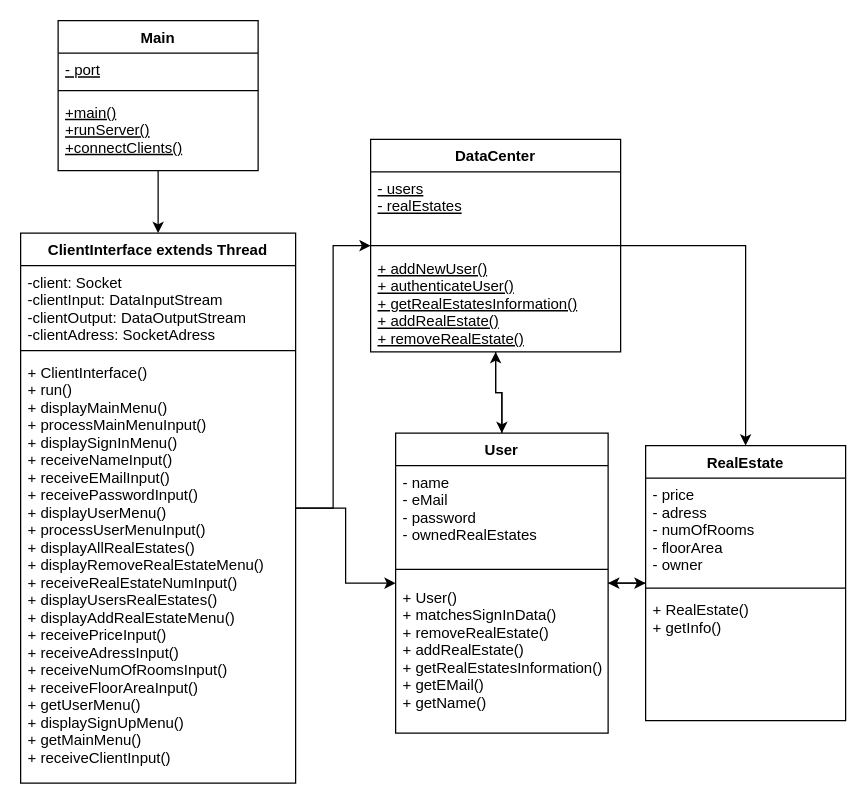
Earlier version of the draw.io diagram EntwurfsdiagrammServer.drawio (FabioKron/Online-Immobilienportal). Source tidied: cells renumbered, new cells numbered last; positions are measured from the earlier drawing's top-left corner, leaving out a move shared by most shapes. Both pictures are drawn from the tidied source at 125%, with x=0, y=0 at pixel (20, 20).
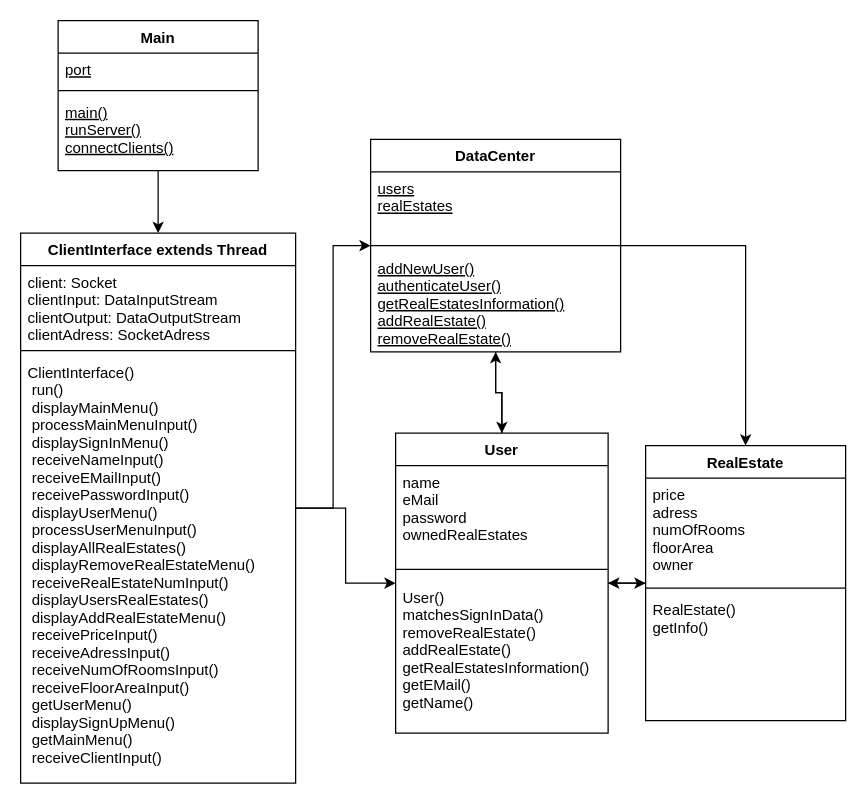
After the change.

Commit message (it also covers changes not shown here):
Entfernen der ZUgriffsmodifikatoren in den Entwurfsdiagrammen da die Zugriffsmodifikatoren nur in den Klassendiagrammen benötigt werden

The change refers to these unchanged cells:
```xml
<mxCell id="3" value="Main" style="swimlane;fontStyle=1;align=center;verticalAlign=top;horizontal=1;startSize=26;" parent="1" vertex="1">
  <mxGeometry x="30" width="160" height="120" as="geometry" />
</mxCell>
<mxCell id="9" value="ClientInterface extends Thread" style="swimlane;fontStyle=1;align=center;verticalAlign=top;horizontal=1;startSize=26;" parent="1" vertex="1">
  <mxGeometry y="170" width="220" height="440" as="geometry" />
</mxCell>
<mxCell id="15" value="User" style="swimlane;fontStyle=1;align=center;verticalAlign=top;horizontal=1;startSize=26;" parent="1" vertex="1">
  <mxGeometry x="300" y="330" width="170" height="240" as="geometry" />
</mxCell>
<mxCell id="21" value="DataCenter" style="swimlane;fontStyle=1;align=center;verticalAlign=top;horizontal=1;startSize=26;" parent="1" vertex="1">
  <mxGeometry x="280" y="95" width="200" height="170" as="geometry" />
</mxCell>
<mxCell id="26" value="RealEstate" style="swimlane;fontStyle=1;align=center;verticalAlign=top;horizontal=1;startSize=26;" parent="1" vertex="1">
  <mxGeometry x="500" y="340" width="160" height="220" as="geometry" />
</mxCell>
```

Diff of the diagram source:
```diff
@@
-    <mxCell id="4" value="- port" style="text;strokeColor=none;fillColor=none;align=left;verticalAlign=top;spacingLeft=4;spacingRight=4;overflow=hidden;fontStyle=4;" parent="3" vertex="1">
+    <mxCell id="4" value="port" style="text;strokeColor=none;fillColor=none;align=left;verticalAlign=top;spacingLeft=4;spacingRight=4;overflow=hidden;fontStyle=4;" parent="3" vertex="1">
       <mxGeometry y="26" width="160" height="26" as="geometry" />
     </mxCell>
@@
-    <mxCell id="6" value="+main()&#10;+runServer()&#10;+connectClients()&#10;" style="text;strokeColor=none;fillColor=none;align=left;verticalAlign=top;spacingLeft=4;spacingRight=4;overflow=hidden;fontStyle=4;" parent="3" vertex="1">
+    <mxCell id="6" value="main()&#10;runServer()&#10;connectClients()&#10;" style="text;strokeColor=none;fillColor=none;align=left;verticalAlign=top;spacingLeft=4;spacingRight=4;overflow=hidden;fontStyle=4;" parent="3" vertex="1">
       <mxGeometry y="60" width="160" height="60" as="geometry" />
     </mxCell>
@@
-    <mxCell id="10" value="-client: Socket&#10;-clientInput: DataInputStream&#10;-clientOutput: DataOutputStream&#10;-clientAdress: SocketAdress&#10;" style="text;strokeColor=none;fillColor=none;align=left;verticalAlign=top;spacingLeft=4;spacingRight=4;overflow=hidden;" parent="9" vertex="1">
+    <mxCell id="10" value="client: Socket&#10;clientInput: DataInputStream&#10;clientOutput: DataOutputStream&#10;clientAdress: SocketAdress&#10;" style="text;strokeColor=none;fillColor=none;align=left;verticalAlign=top;spacingLeft=4;spacingRight=4;overflow=hidden;" parent="9" vertex="1">
       <mxGeometry y="26" width="220" height="64" as="geometry" />
     </mxCell>
@@
-    <mxCell id="12" value="+ ClientInterface()&#10;+ run()&#10;+ displayMainMenu()&#10;+ processMainMenuInput()&#10;+ displaySignInMenu()&#10;+ receiveNameInput()&#10;+ receiveEMailInput()&#10;+ receivePasswordInput()&#10;+ displayUserMenu()&#10;+ processUserMenuInput()&#10;+ displayAllRealEstates()&#10;+ displayRemoveRealEstateMenu()&#10;+ receiveRealEstateNumInput()&#10;+ displayUsersRealEstates()&#10;+ displayAddRealEstateMenu()&#10;+ receivePriceInput()&#10;+ receiveAdressInput()&#10;+ receiveNumOfRoomsInput()&#10;+ receiveFloorAreaInput()&#10;+ getUserMenu()&#10;+ displaySignUpMenu()&#10;+ getMainMenu()&#10;+ receiveClientInput()&#10;" style="text;strokeColor=none;fillColor=none;align=left;verticalAlign=top;spacingLeft=4;spacingRight=4;overflow=hidden;" parent="9" vertex="1">
+    <mxCell id="12" value="ClientInterface()&#10; run()&#10; displayMainMenu()&#10; processMainMenuInput()&#10; displaySignInMenu()&#10; receiveNameInput()&#10; receiveEMailInput()&#10; receivePasswordInput()&#10; displayUserMenu()&#10; processUserMenuInput()&#10; displayAllRealEstates()&#10; displayRemoveRealEstateMenu()&#10; receiveRealEstateNumInput()&#10; displayUsersRealEstates()&#10; displayAddRealEstateMenu()&#10; receivePriceInput()&#10; receiveAdressInput()&#10; receiveNumOfRoomsInput()&#10; receiveFloorAreaInput()&#10; getUserMenu()&#10; displaySignUpMenu()&#10; getMainMenu()&#10; receiveClientInput()&#10;" style="text;strokeColor=none;fillColor=none;align=left;verticalAlign=top;spacingLeft=4;spacingRight=4;overflow=hidden;" parent="9" vertex="1">
       <mxGeometry y="98" width="220" height="342" as="geometry" />
     </mxCell>
@@
-    <mxCell id="16" value="- name&#10;- eMail&#10;- password&#10;- ownedRealEstates&#10;" style="text;strokeColor=none;fillColor=none;align=left;verticalAlign=top;spacingLeft=4;spacingRight=4;overflow=hidden;" parent="15" vertex="1">
+    <mxCell id="16" value="name&#10;eMail&#10;password&#10;ownedRealEstates&#10;" style="text;strokeColor=none;fillColor=none;align=left;verticalAlign=top;spacingLeft=4;spacingRight=4;overflow=hidden;" parent="15" vertex="1">
       <mxGeometry y="26" width="170" height="74" as="geometry" />
     </mxCell>
@@
-    <mxCell id="18" value="+ User()&#10;+ matchesSignInData()&#10;+ removeRealEstate()&#10;+ addRealEstate()&#10;+ getRealEstatesInformation()&#10;+ getEMail()&#10;+ getName()" style="text;strokeColor=none;fillColor=none;align=left;verticalAlign=top;spacingLeft=4;spacingRight=4;overflow=hidden;" parent="15" vertex="1">
+    <mxCell id="18" value="User()&#10;matchesSignInData()&#10;removeRealEstate()&#10;addRealEstate()&#10;getRealEstatesInformation()&#10;getEMail()&#10;getName()" style="text;strokeColor=none;fillColor=none;align=left;verticalAlign=top;spacingLeft=4;spacingRight=4;overflow=hidden;" parent="15" vertex="1">
       <mxGeometry y="118" width="170" height="122" as="geometry" />
     </mxCell>
@@
-    <mxCell id="22" value="- users&#10;- realEstates" style="text;strokeColor=none;fillColor=none;align=left;verticalAlign=top;spacingLeft=4;spacingRight=4;overflow=hidden;fontStyle=4;" parent="21" vertex="1">
+    <mxCell id="22" value="users&#10;realEstates" style="text;strokeColor=none;fillColor=none;align=left;verticalAlign=top;spacingLeft=4;spacingRight=4;overflow=hidden;fontStyle=4;" parent="21" vertex="1">
       <mxGeometry y="26" width="200" height="54" as="geometry" />
     </mxCell>
@@
-    <mxCell id="24" value="+ addNewUser()&#10;+ authenticateUser()&#10;+ getRealEstatesInformation()&#10;+ addRealEstate()&#10;+ removeRealEstate()" style="text;strokeColor=none;fillColor=none;align=left;verticalAlign=top;spacingLeft=4;spacingRight=4;overflow=hidden;fontStyle=4;" parent="21" vertex="1">
+    <mxCell id="24" value="addNewUser()&#10;authenticateUser()&#10;getRealEstatesInformation()&#10;addRealEstate()&#10;removeRealEstate()" style="text;strokeColor=none;fillColor=none;align=left;verticalAlign=top;spacingLeft=4;spacingRight=4;overflow=hidden;fontStyle=4;" parent="21" vertex="1">
       <mxGeometry y="90" width="200" height="80" as="geometry" />
     </mxCell>
@@
-    <mxCell id="27" value="- price&#10;- adress&#10;- numOfRooms&#10;- floorArea&#10;- owner" style="text;strokeColor=none;fillColor=none;align=left;verticalAlign=top;spacingLeft=4;spacingRight=4;overflow=hidden;fontStyle=0;" parent="26" vertex="1">
+    <mxCell id="27" value="price&#10;adress&#10;numOfRooms&#10;floorArea&#10;owner" style="text;strokeColor=none;fillColor=none;align=left;verticalAlign=top;spacingLeft=4;spacingRight=4;overflow=hidden;fontStyle=0;" parent="26" vertex="1">
       <mxGeometry y="26" width="160" height="84" as="geometry" />
     </mxCell>
@@
-    <mxCell id="29" value="+ RealEstate()&#10;+ getInfo()" style="text;strokeColor=none;fillColor=none;align=left;verticalAlign=top;spacingLeft=4;spacingRight=4;overflow=hidden;" parent="26" vertex="1">
+    <mxCell id="29" value="RealEstate()&#10;getInfo()" style="text;strokeColor=none;fillColor=none;align=left;verticalAlign=top;spacingLeft=4;spacingRight=4;overflow=hidden;" parent="26" vertex="1">
       <mxGeometry y="118" width="160" height="102" as="geometry" />
     </mxCell>
```
